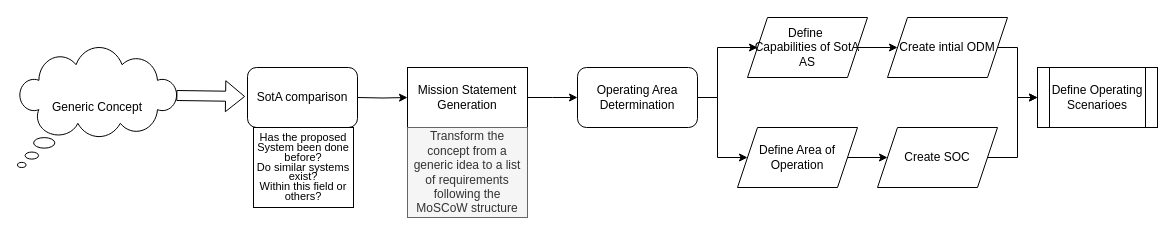
TortoiseFather/SACRED keeps this draw.io diagram as Step 1/Step-1.drawio. Above is the earlier version. Source tidied: cells renumbered, new cells numbered last; positions are measured from the earlier drawing's top-left corner, leaving out a move shared by most shapes. Both pictures are drawn from the tidied source at 100%, with x=0, y=0 at pixel (17, 17).
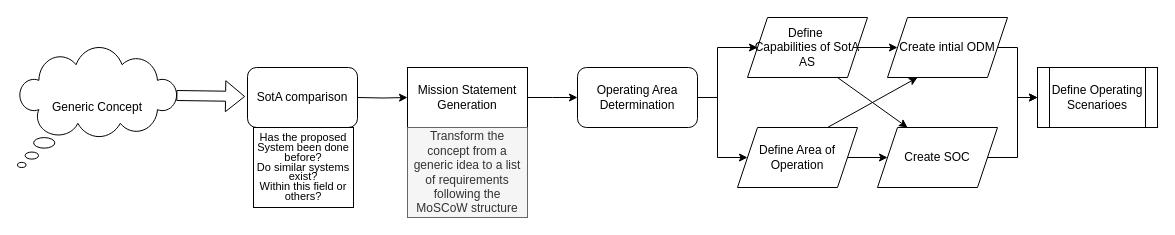
The same diagram, later.

The change refers to these unchanged cells:
```xml
<mxCell id="10" value="&lt;div&gt;Define&amp;nbsp;&lt;/div&gt;&lt;div&gt;Capabilities of SotA AS&lt;/div&gt;" style="shape=parallelogram;perimeter=parallelogramPerimeter;whiteSpace=wrap;html=1;fixedSize=1;" parent="1" vertex="1">
  <mxGeometry x="730" width="120" height="60" as="geometry" />
</mxCell>
<mxCell id="16" value="Define Area of Operation" style="shape=parallelogram;perimeter=parallelogramPerimeter;whiteSpace=wrap;html=1;fixedSize=1;" parent="1" vertex="1">
  <mxGeometry x="720" y="110" width="120" height="60" as="geometry" />
</mxCell>
<mxCell id="19" value="Create intial ODM" style="shape=parallelogram;perimeter=parallelogramPerimeter;whiteSpace=wrap;html=1;fixedSize=1;" parent="1" vertex="1">
  <mxGeometry x="870" width="120" height="60" as="geometry" />
</mxCell>
<mxCell id="21" value="Create SOC" style="shape=parallelogram;perimeter=parallelogramPerimeter;whiteSpace=wrap;html=1;fixedSize=1;" parent="1" vertex="1">
  <mxGeometry x="860" y="110" width="120" height="60" as="geometry" />
</mxCell>
```

What changed in the source:
```diff
@@
+    <mxCell id="22" style="endArrow=classic;html=1;rounded=0;exitX=0.75;exitY=1;exitDx=0;exitDy=0;entryX=0.25;entryY=0;entryDx=0;entryDy=0;" parent="1" edge="1" source="10" target="21">
+      <mxGeometry relative="1" as="geometry" />
+    </mxCell>
+    <mxCell id="23" style="endArrow=classic;html=1;rounded=0;exitX=0.75;exitY=0;exitDx=0;exitDy=0;entryX=0.25;entryY=1;entryDx=0;entryDy=0;" parent="1" edge="1" source="16" target="19">
+      <mxGeometry relative="1" as="geometry" />
+    </mxCell>
```
